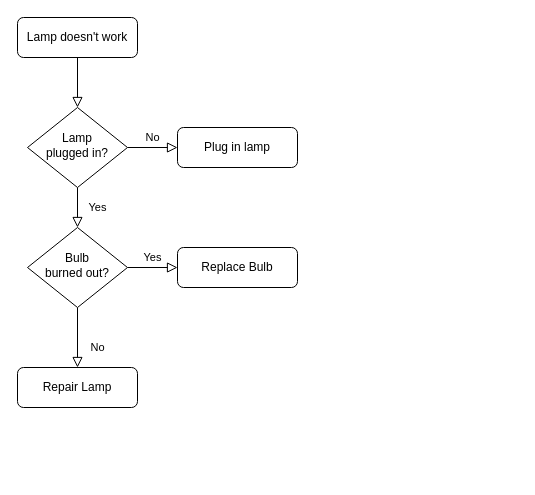
Before: Leap Year js.drawio in HaveringChinese/HyperSkill_Python, a draw.io diagram. Source tidied: cells renumbered, new cells numbered last; positions are measured from the earlier drawing's top-left corner, leaving out a move shared by most shapes. Both pictures are drawn from the tidied source at 100%, with x=0, y=0 at pixel (17, 17).
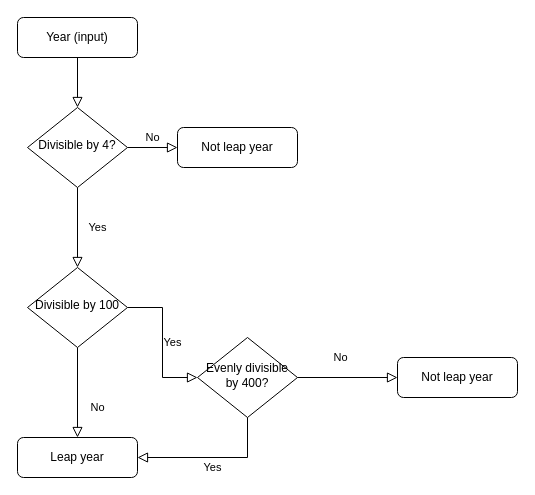
After the change.

What changed in the source:
```diff
@@
 <mxGraphModel>
   <root>
     <mxCell id="0" />
     <mxCell id="1" parent="0" />
     <mxCell id="2" style="rounded=0;html=1;jettySize=auto;fontSize=11;endArrow=block;endFill=0;endSize=8;strokeWidth=1;shadow=0;labelBackgroundColor=none;edgeStyle=orthogonalEdgeStyle;" parent="1" edge="1" source="3" target="6">
       <mxGeometry relative="1" as="geometry" />
     </mxCell>
-    <mxCell id="3" value="Lamp doesn't work" style="rounded=1;whiteSpace=wrap;html=1;fontSize=12;glass=0;strokeWidth=1;shadow=0;" parent="1" vertex="1">
+    <mxCell id="3" value="Year (input)" style="rounded=1;whiteSpace=wrap;html=1;fontSize=12;glass=0;strokeWidth=1;shadow=0;" parent="1" vertex="1">
       <mxGeometry width="120" height="40" as="geometry" />
     </mxCell>
     <mxCell id="4" value="Yes" style="rounded=0;html=1;jettySize=auto;fontSize=11;endArrow=block;endFill=0;endSize=8;strokeWidth=1;shadow=0;labelBackgroundColor=none;edgeStyle=orthogonalEdgeStyle;" parent="1" edge="1" source="6" target="10">
       <mxGeometry y="20" relative="1" as="geometry" />
     </mxCell>
     <mxCell id="5" value="No" style="edgeStyle=orthogonalEdgeStyle;rounded=0;html=1;jettySize=auto;fontSize=11;endArrow=block;endFill=0;endSize=8;strokeWidth=1;shadow=0;labelBackgroundColor=none;" parent="1" edge="1" source="6" target="7">
       <mxGeometry y="10" relative="1" as="geometry" />
     </mxCell>
-    <mxCell id="6" value="Lamp&lt;br&gt;plugged in?" style="rhombus;whiteSpace=wrap;html=1;shadow=0;fontFamily=Helvetica;fontSize=12;align=center;strokeWidth=1;spacing=6;spacingTop=-4;" parent="1" vertex="1">
+    <mxCell id="6" value="Divisible by 4?" style="rhombus;whiteSpace=wrap;html=1;shadow=0;fontFamily=Helvetica;fontSize=12;align=center;strokeWidth=1;spacing=6;spacingTop=-4;" parent="1" vertex="1">
       <mxGeometry x="10" y="90" width="100" height="80" as="geometry" />
     </mxCell>
-    <mxCell id="7" value="Plug in lamp" style="rounded=1;whiteSpace=wrap;html=1;fontSize=12;glass=0;strokeWidth=1;shadow=0;" parent="1" vertex="1">
+    <mxCell id="7" value="Not leap year" style="rounded=1;whiteSpace=wrap;html=1;fontSize=12;glass=0;strokeWidth=1;shadow=0;" parent="1" vertex="1">
       <mxGeometry x="160" y="110" width="120" height="40" as="geometry" />
     </mxCell>
     <mxCell id="8" value="No" style="rounded=0;html=1;jettySize=auto;fontSize=11;endArrow=block;endFill=0;endSize=8;strokeWidth=1;shadow=0;labelBackgroundColor=none;edgeStyle=orthogonalEdgeStyle;" parent="1" edge="1" source="10" target="11">
       <mxGeometry x="0.33" y="20" relative="1" as="geometry" />
     </mxCell>
-    <mxCell id="9" value="Yes" style="edgeStyle=orthogonalEdgeStyle;rounded=0;html=1;jettySize=auto;fontSize=11;endArrow=block;endFill=0;endSize=8;strokeWidth=1;shadow=0;labelBackgroundColor=none;" parent="1" edge="1" source="10" target="12">
+    <mxCell id="9" value="Yes" style="edgeStyle=orthogonalEdgeStyle;rounded=0;html=1;jettySize=auto;fontSize=11;endArrow=block;endFill=0;endSize=8;strokeWidth=1;shadow=0;labelBackgroundColor=none;entryX=0;entryY=0.5;entryDx=0;entryDy=0;" parent="1" edge="1" source="10" target="13">
       <mxGeometry y="10" relative="1" as="geometry" />
     </mxCell>
-    <mxCell id="10" value="Bulb&lt;br&gt;burned out?" style="rhombus;whiteSpace=wrap;html=1;shadow=0;fontFamily=Helvetica;fontSize=12;align=center;strokeWidth=1;spacing=6;spacingTop=-4;" parent="1" vertex="1">
-      <mxGeometry x="10" y="210" width="100" height="80" as="geometry" />
+    <mxCell id="10" value="Divisible by 100" style="rhombus;whiteSpace=wrap;html=1;shadow=0;fontFamily=Helvetica;fontSize=12;align=center;strokeWidth=1;spacing=6;spacingTop=-4;" parent="1" vertex="1">
+      <mxGeometry x="10" y="250" width="100" height="80" as="geometry" />
     </mxCell>
-    <mxCell id="11" value="Repair Lamp" style="rounded=1;whiteSpace=wrap;html=1;fontSize=12;glass=0;strokeWidth=1;shadow=0;" parent="1" vertex="1">
-      <mxGeometry y="350" width="120" height="40" as="geometry" />
+    <mxCell id="11" value="Leap year" style="rounded=1;whiteSpace=wrap;html=1;fontSize=12;glass=0;strokeWidth=1;shadow=0;" parent="1" vertex="1">
+      <mxGeometry y="420" width="120" height="40" as="geometry" />
     </mxCell>
-    <mxCell id="12" value="Replace Bulb" style="rounded=1;whiteSpace=wrap;html=1;fontSize=12;glass=0;strokeWidth=1;shadow=0;" parent="1" vertex="1">
-      <mxGeometry x="160" y="230" width="120" height="40" as="geometry" />
+    <mxCell id="12" value="Not leap year" style="rounded=1;whiteSpace=wrap;html=1;fontSize=12;glass=0;strokeWidth=1;shadow=0;" parent="1" vertex="1">
+      <mxGeometry x="380" y="340" width="120" height="40" as="geometry" />
     </mxCell>
+    <mxCell id="13" value="Evenly divisible by 400?" style="rhombus;whiteSpace=wrap;html=1;shadow=0;fontFamily=Helvetica;fontSize=12;align=center;strokeWidth=1;spacing=6;spacingTop=-4;" parent="1" vertex="1">
+      <mxGeometry x="180" y="320" width="100" height="80" as="geometry" />
+    </mxCell>
+    <mxCell id="14" value="Yes" style="edgeStyle=orthogonalEdgeStyle;rounded=0;html=1;jettySize=auto;fontSize=11;endArrow=block;endFill=0;endSize=8;strokeWidth=1;shadow=0;labelBackgroundColor=none;exitX=0.5;exitY=1;exitDx=0;exitDy=0;entryX=1;entryY=0.5;entryDx=0;entryDy=0;" parent="1" edge="1" source="13" target="11">
+      <mxGeometry y="10" relative="1" as="geometry" />
+    </mxCell>
+    <mxCell id="15" value="No" style="edgeStyle=orthogonalEdgeStyle;rounded=0;html=1;jettySize=auto;fontSize=11;endArrow=block;endFill=0;endSize=8;strokeWidth=1;shadow=0;labelBackgroundColor=none;entryX=0;entryY=0.5;entryDx=0;entryDy=0;exitX=1;exitY=0.5;exitDx=0;exitDy=0;" parent="1" edge="1" source="13" target="12">
+      <mxGeometry x="-0.14" y="20" relative="1" as="geometry" />
+    </mxCell>
   </root>
 </mxGraphModel>
```
